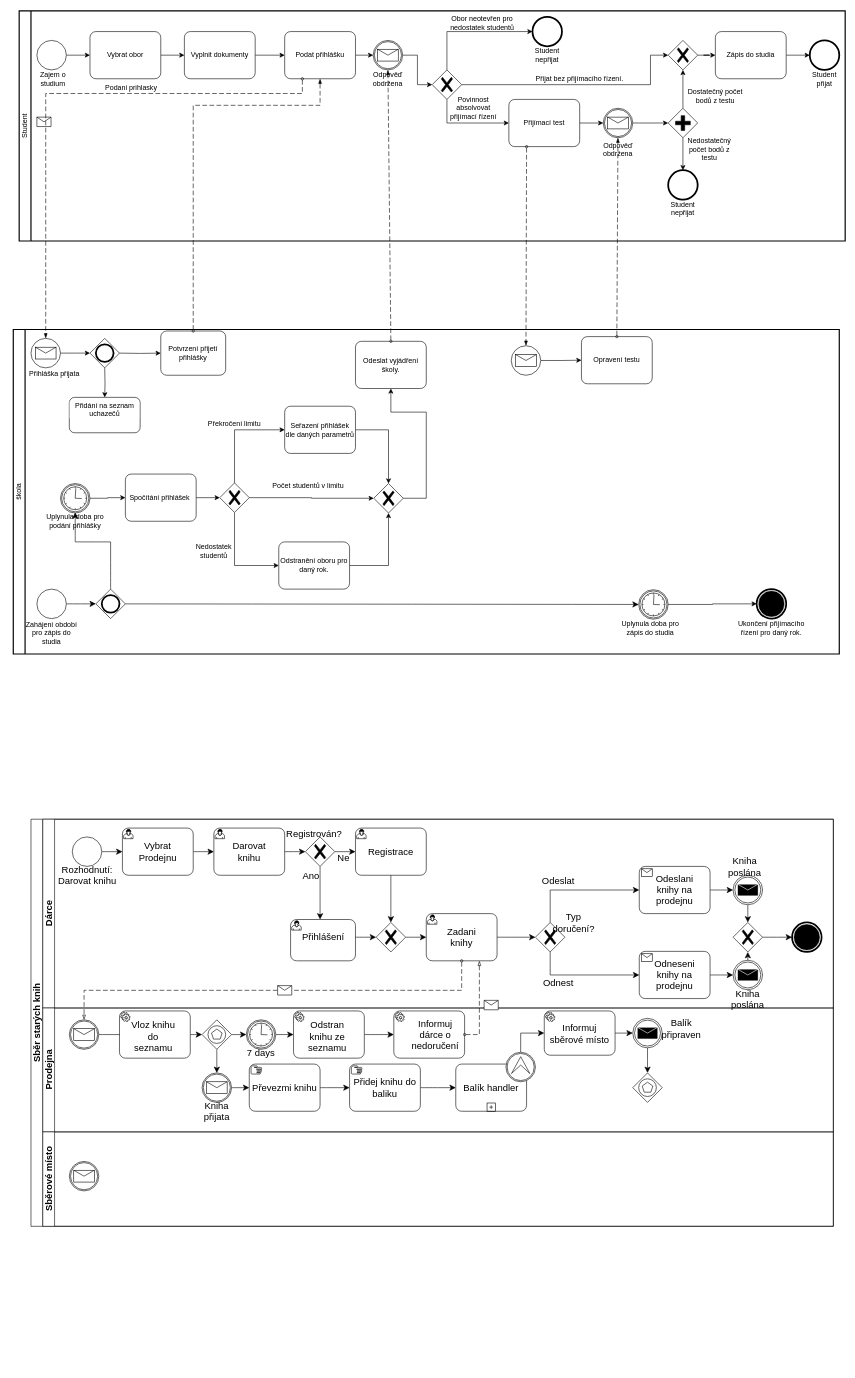
This is Process/Process.drawio from KristyFromEarth/UML, a draw.io file, before an edit. Source tidied: cells renumbered, new cells numbered last; positions are measured from the earlier drawing's top-left corner, leaving out a move shared by most shapes. Both pictures are drawn from the tidied source at 59%, with x=0, y=0 at pixel (1, 11).
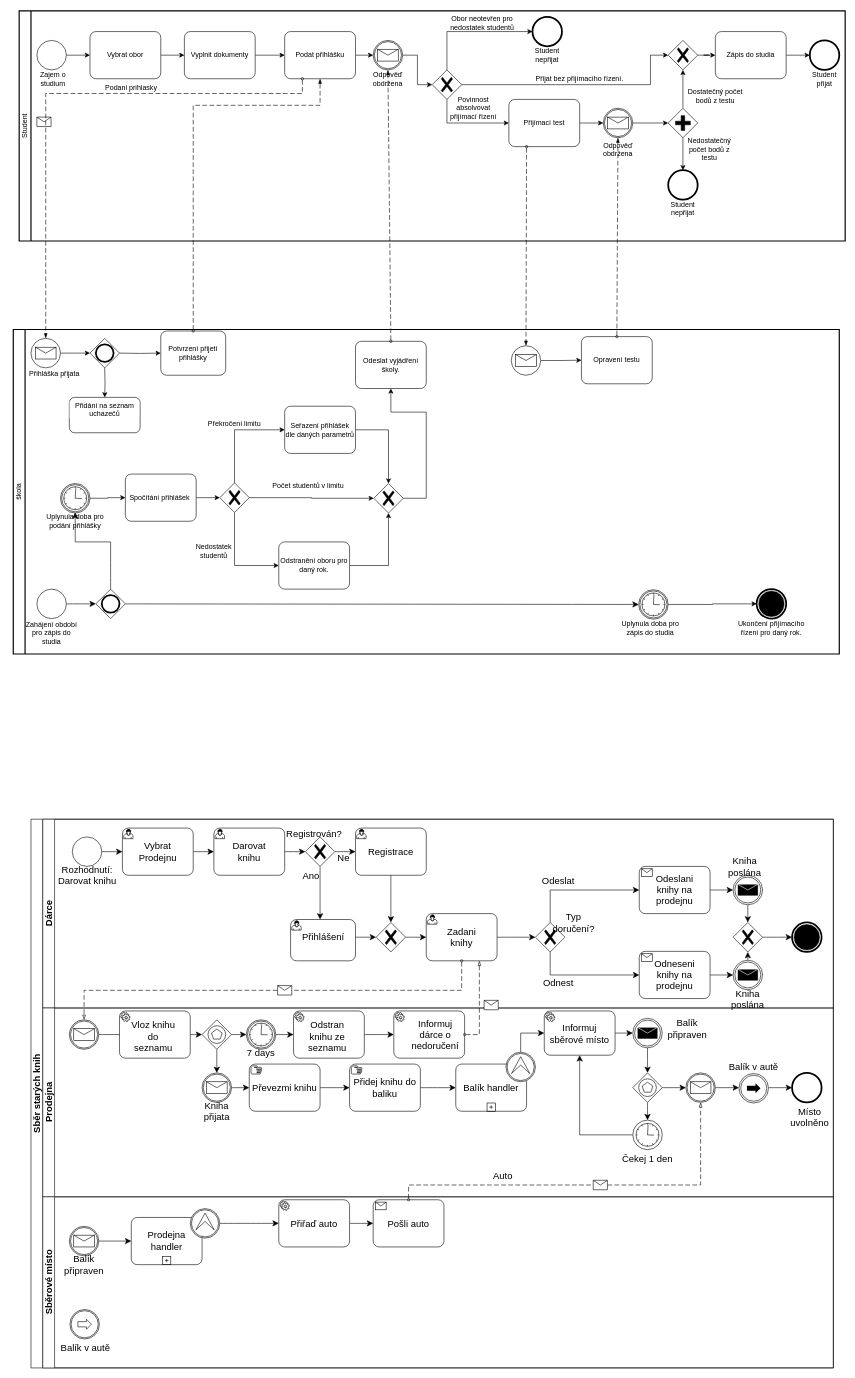
The same page after the edit.

Commit message:
Druhý úkol Balík v autě Process.drawio

Unchanged cells that the change refers to:
```xml
<mxCell id="77" value="Informuj sběrové místo" style="points=[[0.25,0,0],[0.5,0,0],[0.75,0,0],[1,0.25,0],[1,0.5,0],[1,0.75,0],[0.75,1,0],[0.5,1,0],[0.25,1,0],[0,0.75,0],[0,0.5,0],[0,0.25,0]];shape=mxgraph.bpmn.task;whiteSpace=wrap;rectStyle=rounded;size=10;html=1;taskMarker=service;fontSize=16;" parent="51" vertex="1">
  <mxGeometry x="850" y="5" width="120" height="75" as="geometry" />
</mxCell>
<mxCell id="83" style="points=[[0.25,0.25,0],[0.5,0,0],[0.75,0.25,0],[1,0.5,0],[0.75,0.75,0],[0.5,1,0],[0.25,0.75,0],[0,0.5,0]];shape=mxgraph.bpmn.gateway2;html=1;verticalLabelPosition=bottom;labelBackgroundColor=#ffffff;verticalAlign=top;align=center;perimeter=rhombusPerimeter;outlineConnect=0;outline=standard;symbol=multiple;fontSize=16;" parent="51" vertex="1">
  <mxGeometry x="1000" y="110" width="50" height="50" as="geometry" />
</mxCell>
```

What changed in the source:
```diff
@@
     <mxCell id="2" value="Sběr starých knih" style="swimlane;html=1;horizontal=0;startSize=20;whiteSpace=wrap;fontSize=16;" parent="1" vertex="1">
-      <mxGeometry x="50" y="1370" width="1360" height="690" as="geometry" />
+      <mxGeometry x="50" y="1370" width="1360" height="930" as="geometry" />
     </mxCell>
@@
     <mxCell id="51" value="Prodejna" style="swimlane;html=1;startSize=20;horizontal=0;fontSize=16;" parent="2" vertex="1">
-      <mxGeometry x="20" y="320" width="1340" height="210" as="geometry" />
+      <mxGeometry x="20" y="320" width="1340" height="320" as="geometry" />
     </mxCell>
@@
     <mxCell id="82" value="Balík připraven" style="text;strokeColor=none;fillColor=none;html=1;align=center;verticalAlign=middle;whiteSpace=wrap;rounded=0;fontSize=16;" parent="51" vertex="1">
-      <mxGeometry x="1050" y="20" width="65" height="30" as="geometry" />
+      <mxGeometry x="1060" y="20" width="65" height="30" as="geometry" />
     </mxCell>
+    <mxCell id="183" style="edgeStyle=none;curved=1;rounded=0;jettySize=auto;html=1;entryX=0.5;entryY=0;entryDx=0;entryDy=0;entryPerimeter=0;fontSize=12;startSize=8;endSize=8;" parent="51" edge="1" source="83" target="186">
+      <mxGeometry relative="1" as="geometry" />
+    </mxCell>
+    <mxCell id="184" style="edgeStyle=none;curved=1;rounded=0;jettySize=auto;html=1;entryX=0;entryY=0.5;entryDx=0;entryDy=0;entryPerimeter=0;fontSize=12;startSize=8;endSize=8;exitX=1;exitY=0.5;exitDx=0;exitDy=0;exitPerimeter=0;" parent="51" edge="1" source="83" target="189">
+      <mxGeometry relative="1" as="geometry" />
+    </mxCell>
@@
-    <mxCell id="84" value="Sběrové místo" style="swimlane;html=1;startSize=20;horizontal=0;fontSize=16;" parent="2" vertex="1">
-      <mxGeometry x="20" y="530" width="1340" height="160" as="geometry" />
-    </mxCell>
-    <mxCell id="85" style="points=[[0.145,0.145,0],[0.5,0,0],[0.855,0.145,0],[1,0.5,0],[0.855,0.855,0],[0.5,1,0],[0.145,0.855,0],[0,0.5,0]];shape=mxgraph.bpmn.event;html=1;verticalLabelPosition=bottom;labelBackgroundColor=#ffffff;verticalAlign=top;align=center;perimeter=ellipsePerimeter;outlineConnect=0;outline=catching;symbol=message;fontSize=16;" parent="84" vertex="1">
-      <mxGeometry x="45" y="50" width="50" height="50" as="geometry" />
-    </mxCell>
+    <mxCell id="185" style="edgeStyle=orthogonalEdgeStyle;rounded=0;jettySize=auto;html=1;entryX=0.5;entryY=1;entryDx=0;entryDy=0;entryPerimeter=0;fontSize=12;startSize=8;endSize=8;" parent="51" edge="1" source="186" target="77">
+      <mxGeometry relative="1" as="geometry" />
+    </mxCell>
+    <mxCell id="186" style="points=[[0.145,0.145,0],[0.5,0,0],[0.855,0.145,0],[1,0.5,0],[0.855,0.855,0],[0.5,1,0],[0.145,0.855,0],[0,0.5,0]];shape=mxgraph.bpmn.event;html=1;verticalLabelPosition=bottom;labelBackgroundColor=#ffffff;verticalAlign=top;align=center;perimeter=ellipsePerimeter;outlineConnect=0;outline=standard;symbol=timer;fontSize=16;" parent="51" vertex="1">
+      <mxGeometry x="1000" y="190" width="50" height="50" as="geometry" />
+    </mxCell>
+    <mxCell id="187" value="Čekej 1 den" style="text;strokeColor=none;fillColor=none;html=1;align=center;verticalAlign=middle;whiteSpace=wrap;rounded=0;fontSize=16;" parent="51" vertex="1">
+      <mxGeometry x="981.2" y="240" width="87.5" height="30" as="geometry" />
+    </mxCell>
+    <mxCell id="188" style="edgeStyle=none;curved=1;rounded=0;jettySize=auto;html=1;exitX=1;exitY=0.5;exitDx=0;exitDy=0;exitPerimeter=0;entryX=0;entryY=0.5;entryDx=0;entryDy=0;entryPerimeter=0;fontSize=12;startSize=8;endSize=8;" parent="51" edge="1" source="189">
+      <mxGeometry relative="1" as="geometry">
+        <mxPoint x="1180" y="135" as="targetPoint" />
+      </mxGeometry>
+    </mxCell>
+    <mxCell id="189" style="points=[[0.145,0.145,0],[0.5,0,0],[0.855,0.145,0],[1,0.5,0],[0.855,0.855,0],[0.5,1,0],[0.145,0.855,0],[0,0.5,0]];shape=mxgraph.bpmn.event;html=1;verticalLabelPosition=bottom;labelBackgroundColor=#ffffff;verticalAlign=top;align=center;perimeter=ellipsePerimeter;outlineConnect=0;outline=catching;symbol=message;fontSize=16;" parent="51" vertex="1">
+      <mxGeometry x="1090" y="110" width="50" height="50" as="geometry" />
+    </mxCell>
+    <mxCell id="190" style="points=[[0.145,0.145,0],[0.5,0,0],[0.855,0.145,0],[1,0.5,0],[0.855,0.855,0],[0.5,1,0],[0.145,0.855,0],[0,0.5,0]];shape=mxgraph.bpmn.event;html=1;verticalLabelPosition=bottom;labelBackgroundColor=#ffffff;verticalAlign=top;align=center;perimeter=ellipsePerimeter;outlineConnect=0;outline=end;symbol=terminate2;fontSize=16;" parent="51" vertex="1">
+      <mxGeometry x="1270" y="110" width="50" height="50" as="geometry" />
+    </mxCell>
+    <mxCell id="191" value="Místo uvolněno" style="text;strokeColor=none;fillColor=none;html=1;align=center;verticalAlign=middle;whiteSpace=wrap;rounded=0;fontSize=16;" parent="51" vertex="1">
+      <mxGeometry x="1270" y="170" width="60" height="30" as="geometry" />
+    </mxCell>
+    <mxCell id="192" value="Auto" style="text;strokeColor=none;fillColor=none;html=1;align=center;verticalAlign=middle;whiteSpace=wrap;rounded=0;fontSize=16;" parent="51" vertex="1">
+      <mxGeometry x="750" y="270" width="60" height="30" as="geometry" />
+    </mxCell>
+    <mxCell id="193" style="edgeStyle=none;curved=1;rounded=0;jettySize=auto;html=1;exitX=1;exitY=0.5;exitDx=0;exitDy=0;exitPerimeter=0;entryX=0;entryY=0.5;entryDx=0;entryDy=0;entryPerimeter=0;fontSize=12;startSize=8;endSize=8;" parent="51" edge="1" target="190">
+      <mxGeometry relative="1" as="geometry">
+        <mxPoint x="1230" y="135" as="sourcePoint" />
+      </mxGeometry>
+    </mxCell>
+    <mxCell id="194" value="Balík v autě" style="text;strokeColor=none;fillColor=none;html=1;align=center;verticalAlign=middle;whiteSpace=wrap;rounded=0;fontSize=16;" parent="51" vertex="1">
+      <mxGeometry x="1155" y="85" width="100" height="30" as="geometry" />
+    </mxCell>
+    <mxCell id="195" style="shape=mxgraph.bpmn.event;html=1;verticalLabelPosition=bottom;labelBackgroundColor=#ffffff;verticalAlign=top;align=center;perimeter=ellipsePerimeter;outline=throwing;symbol=link;fontSize=16;" parent="51" vertex="1">
+      <mxGeometry x="1180" y="111" width="50" height="50" as="geometry" />
+    </mxCell>
@@
+    <mxCell id="84" value="Sběrové místo" style="swimlane;html=1;startSize=20;horizontal=0;fontSize=16;" parent="2" vertex="1">
+      <mxGeometry x="20" y="640" width="1340" height="290" as="geometry" />
+    </mxCell>
+    <mxCell id="196" style="edgeStyle=none;curved=1;rounded=0;jettySize=auto;html=1;exitX=1;exitY=0.5;exitDx=0;exitDy=0;exitPerimeter=0;entryX=0;entryY=0.5;entryDx=0;entryDy=0;entryPerimeter=0;fontSize=12;startSize=8;endSize=8;" parent="84" edge="1" source="85">
+      <mxGeometry relative="1" as="geometry">
+        <mxPoint x="150" y="75" as="targetPoint" />
+      </mxGeometry>
+    </mxCell>
+    <mxCell id="85" style="points=[[0.145,0.145,0],[0.5,0,0],[0.855,0.145,0],[1,0.5,0],[0.855,0.855,0],[0.5,1,0],[0.145,0.855,0],[0,0.5,0]];shape=mxgraph.bpmn.event;html=1;verticalLabelPosition=bottom;labelBackgroundColor=#ffffff;verticalAlign=top;align=center;perimeter=ellipsePerimeter;outlineConnect=0;outline=catching;symbol=message;fontSize=16;" parent="84" vertex="1">
+      <mxGeometry x="45" y="50" width="50" height="50" as="geometry" />
+    </mxCell>
+    <mxCell id="197" value="Prodejna handler" style="shape=mxgraph.bpmn.task;whiteSpace=wrap;rectStyle=rounded;size=10;html=1;taskMarker=abstract;isLoopSub=1;fontSize=16;" parent="84" vertex="1">
+      <mxGeometry x="150" y="35" width="120" height="80" as="geometry" />
+    </mxCell>
+    <mxCell id="198" value="Balík připraven" style="text;strokeColor=none;fillColor=none;html=1;align=center;verticalAlign=middle;whiteSpace=wrap;rounded=0;fontSize=16;" parent="84" vertex="1">
+      <mxGeometry x="40" y="100" width="60" height="30" as="geometry" />
+    </mxCell>
+    <mxCell id="199" style="edgeStyle=none;curved=1;rounded=0;jettySize=auto;html=1;exitX=1;exitY=0.5;exitDx=0;exitDy=0;exitPerimeter=0;entryX=0;entryY=0.5;entryDx=0;entryDy=0;entryPerimeter=0;fontSize=12;startSize=8;endSize=8;" parent="84" edge="1" source="200" target="202">
+      <mxGeometry relative="1" as="geometry" />
+    </mxCell>
+    <mxCell id="200" style="points=[[0.145,0.145,0],[0.5,0,0],[0.855,0.145,0],[1,0.5,0],[0.855,0.855,0],[0.5,1,0],[0.145,0.855,0],[0,0.5,0]];shape=mxgraph.bpmn.event;html=1;verticalLabelPosition=bottom;labelBackgroundColor=#ffffff;verticalAlign=top;align=center;perimeter=ellipsePerimeter;outlineConnect=0;outline=boundInt;symbol=escalation;fontSize=16;" parent="84" vertex="1">
+      <mxGeometry x="250" y="20" width="50" height="50" as="geometry" />
+    </mxCell>
+    <mxCell id="201" style="edgeStyle=none;curved=1;rounded=0;jettySize=auto;html=1;fontSize=12;startSize=8;endSize=8;" parent="84" edge="1" source="202">
+      <mxGeometry relative="1" as="geometry">
+        <mxPoint x="560" y="45" as="targetPoint" />
+      </mxGeometry>
+    </mxCell>
+    <mxCell id="202" value="Přiřaď auto" style="points=[[0.25,0,0],[0.5,0,0],[0.75,0,0],[1,0.25,0],[1,0.5,0],[1,0.75,0],[0.75,1,0],[0.5,1,0],[0.25,1,0],[0,0.75,0],[0,0.5,0],[0,0.25,0]];shape=mxgraph.bpmn.task;whiteSpace=wrap;rectStyle=rounded;size=10;html=1;taskMarker=service;fontSize=16;" parent="84" vertex="1">
+      <mxGeometry x="400" y="5" width="120" height="80" as="geometry" />
+    </mxCell>
+    <mxCell id="203" value="Pošli auto" style="points=[[0.25,0,0],[0.5,0,0],[0.75,0,0],[1,0.25,0],[1,0.5,0],[1,0.75,0],[0.75,1,0],[0.5,1,0],[0.25,1,0],[0,0.75,0],[0,0.5,0],[0,0.25,0]];shape=mxgraph.bpmn.task;whiteSpace=wrap;rectStyle=rounded;size=10;html=1;taskMarker=receive;fontSize=16;" parent="84" vertex="1">
+      <mxGeometry x="560" y="5" width="120" height="80" as="geometry" />
+    </mxCell>
+    <mxCell id="204" value="Balík v autě" style="text;strokeColor=none;fillColor=none;html=1;align=center;verticalAlign=middle;whiteSpace=wrap;rounded=0;fontSize=16;" parent="84" vertex="1">
+      <mxGeometry x="25" y="240" width="95" height="30" as="geometry" />
+    </mxCell>
+    <mxCell id="205" style="edgeStyle=none;curved=1;rounded=0;orthogonalLoop=1;jettySize=auto;html=1;exitX=1;exitY=0.5;exitDx=0;exitDy=0;fontSize=12;startSize=8;endSize=8;" parent="84" edge="1" source="204" target="204">
+      <mxGeometry relative="1" as="geometry" />
+    </mxCell>
+    <mxCell id="206" style="shape=mxgraph.bpmn.event;html=1;verticalLabelPosition=bottom;labelBackgroundColor=#ffffff;verticalAlign=top;align=center;perimeter=ellipsePerimeter;outline=catching;symbol=link;fontSize=16;" parent="84" vertex="1">
+      <mxGeometry x="46" y="191" width="50" height="50" as="geometry" />
+    </mxCell>
+    <mxCell id="207" style="endArrow=blockThin;html=1;labelPosition=left;verticalLabelPosition=middle;align=right;verticalAlign=middle;dashed=1;dashPattern=8 4;endFill=0;startArrow=oval;startFill=0;endSize=6;startSize=4;rounded=0;fontSize=12;exitX=0.5;exitY=0;exitDx=0;exitDy=0;exitPerimeter=0;entryX=0.5;entryY=1;entryDx=0;entryDy=0;entryPerimeter=0;edgeStyle=elbowEdgeStyle;elbow=vertical;" parent="2" edge="1" source="203" target="189">
+      <mxGeometry relative="1" as="geometry">
+        <Array as="points">
+          <mxPoint x="930" y="620" />
+        </Array>
+      </mxGeometry>
+    </mxCell>
+    <mxCell id="208" style="shape=message;html=1;labelPosition=left;verticalLabelPosition=middle;align=right;verticalAlign=middle;spacingRight=5;labelBackgroundColor=#ffffff;fontSize=16;" parent="207" vertex="1">
+      <mxGeometry width="24" height="16" relative="1" as="geometry">
+        <mxPoint x="8" y="-8" as="offset" />
+      </mxGeometry>
+    </mxCell>
```
